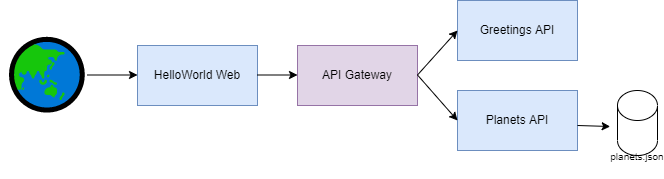
This is docs/images/arch_diagram.png from ShadAhm/HelloWorldMicroservices, a draw.io export, as it was before one commit. Source tidied: cells renumbered, new cells last; positions are measured from the earlier drawing's top-left corner, leaving out a move shared by most shapes.
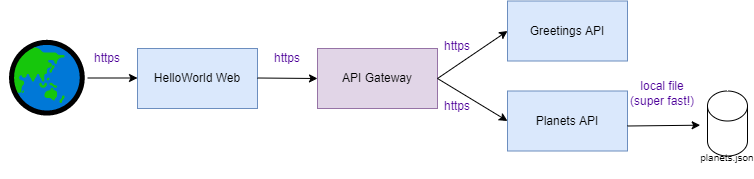
The same diagram one commit later.

Commit message:
Architecture diagram

Diff of the diagram source:
```diff
@@ -6,19 +6,19 @@
       <mxGeometry x="120" y="45" width="120" height="60" as="geometry" />
     </mxCell>
     <mxCell id="3" style="rounded=0;whiteSpace=wrap;html=1;fillColor=#e1d5e7;strokeColor=#9673a6;" parent="1" vertex="1">
-      <mxGeometry x="280" y="45" width="120" height="60" as="geometry" />
+      <mxGeometry x="300" y="45" width="120" height="60" as="geometry" />
     </mxCell>
     <mxCell id="4" value="HelloWorld Web" style="text;html=1;strokeColor=none;fillColor=none;align=center;verticalAlign=middle;whiteSpace=wrap;rounded=0;" parent="1" vertex="1">
       <mxGeometry x="130" y="60" width="100" height="30" as="geometry" />
     </mxCell>
     <mxCell id="5" value="API Gateway" style="text;html=1;strokeColor=none;fillColor=none;align=center;verticalAlign=middle;whiteSpace=wrap;rounded=0;" parent="1" vertex="1">
-      <mxGeometry x="290" y="60" width="100" height="30" as="geometry" />
+      <mxGeometry x="310" y="60" width="100" height="30" as="geometry" />
     </mxCell>
     <mxCell id="6" value="Greetings API" style="rounded=0;whiteSpace=wrap;html=1;fillColor=#dae8fc;strokeColor=#6c8ebf;" parent="1" vertex="1">
-      <mxGeometry x="440" width="120" height="60" as="geometry" />
+      <mxGeometry x="490" y="-2.5" width="120" height="60" as="geometry" />
     </mxCell>
     <mxCell id="7" value="Planets API" style="rounded=0;whiteSpace=wrap;html=1;fillColor=#dae8fc;strokeColor=#6c8ebf;" parent="1" vertex="1">
-      <mxGeometry x="440" y="90" width="120" height="60" as="geometry" />
+      <mxGeometry x="490" y="87.5" width="120" height="60" as="geometry" />
     </mxCell>
     <mxCell id="8" value="&lt;font style=&quot;font-size: 72px&quot;&gt;🌏&lt;/font&gt;" style="text;html=1;strokeColor=none;fillColor=none;align=center;verticalAlign=middle;whiteSpace=wrap;rounded=0;" parent="1" vertex="1">
       <mxGeometry y="60" width="60" height="30" as="geometry" />
@@ -29,29 +29,43 @@
         <mxPoint x="120" y="74.5" as="targetPoint" />
       </mxGeometry>
     </mxCell>
-    <mxCell id="10" style="endArrow=classic;html=1;rounded=0;fontSize=72;" parent="1" edge="1">
+    <mxCell id="10" style="endArrow=classic;html=1;rounded=0;fontSize=72;entryX=0;entryY=0.5;entryDx=0;entryDy=0;" parent="1" edge="1" target="3">
       <mxGeometry relative="1" as="geometry">
         <mxPoint x="240" y="74.5" as="sourcePoint" />
-        <mxPoint x="280" y="74.5" as="targetPoint" />
       </mxGeometry>
     </mxCell>
     <mxCell id="11" style="endArrow=classic;html=1;rounded=0;fontSize=72;entryX=0;entryY=0.5;entryDx=0;entryDy=0;" parent="1" edge="1" target="6">
       <mxGeometry relative="1" as="geometry">
-        <mxPoint x="400" y="74.5" as="sourcePoint" />
+        <mxPoint x="420" y="75" as="sourcePoint" />
       </mxGeometry>
     </mxCell>
     <mxCell id="12" style="endArrow=classic;html=1;rounded=0;fontSize=72;entryX=0;entryY=0.5;entryDx=0;entryDy=0;" parent="1" edge="1" target="7">
       <mxGeometry relative="1" as="geometry">
-        <mxPoint x="400" y="74.5" as="sourcePoint" />
+        <mxPoint x="420" y="75" as="sourcePoint" />
       </mxGeometry>
     </mxCell>
     <mxCell id="13" value="&lt;font style=&quot;font-size: 10px&quot;&gt;planets.json&lt;/font&gt;" style="shape=cylinder3;whiteSpace=wrap;html=1;boundedLbl=1;backgroundOutline=1;size=15;fontSize=72;" parent="1" vertex="1">
-      <mxGeometry x="600" y="90" width="40" height="65" as="geometry" />
+      <mxGeometry x="690" y="87.5" width="40" height="65" as="geometry" />
     </mxCell>
-    <mxCell id="14" style="endArrow=classic;html=1;rounded=0;fontSize=72;entryX=-0.183;entryY=0.554;entryDx=0;entryDy=0;entryPerimeter=0;" parent="1" edge="1" target="13">
+    <mxCell id="14" style="endArrow=classic;html=1;rounded=0;fontSize=72;entryX=-0.183;entryY=0.526;entryDx=0;entryDy=0;entryPerimeter=0;" parent="1" edge="1" target="13">
       <mxGeometry relative="1" as="geometry">
-        <mxPoint x="560" y="125" as="sourcePoint" />
+        <mxPoint x="610" y="122.5" as="sourcePoint" />
       </mxGeometry>
     </mxCell>
+    <mxCell id="15" value="https" style="text;html=1;strokeColor=none;fillColor=none;align=center;verticalAlign=middle;whiteSpace=wrap;rounded=0;fontColor=#4C0099;" parent="1" vertex="1">
+      <mxGeometry x="410" y="27.5" width="60" height="30" as="geometry" />
+    </mxCell>
+    <mxCell id="16" value="https" style="text;html=1;strokeColor=none;fillColor=none;align=center;verticalAlign=middle;whiteSpace=wrap;rounded=0;fontColor=#4C0099;" parent="1" vertex="1">
+      <mxGeometry x="410" y="87.5" width="60" height="30" as="geometry" />
+    </mxCell>
+    <mxCell id="17" value="https" style="text;html=1;strokeColor=none;fillColor=none;align=center;verticalAlign=middle;whiteSpace=wrap;rounded=0;fontColor=#4C0099;" parent="1" vertex="1">
+      <mxGeometry x="240" y="40" width="60" height="30" as="geometry" />
+    </mxCell>
+    <mxCell id="18" value="https" style="text;html=1;strokeColor=none;fillColor=none;align=center;verticalAlign=middle;whiteSpace=wrap;rounded=0;fontColor=#4C0099;" parent="1" vertex="1">
+      <mxGeometry x="60" y="40" width="60" height="30" as="geometry" />
+    </mxCell>
+    <mxCell id="19" value="local file&lt;br&gt;(super fast!)" style="text;html=1;strokeColor=none;fillColor=none;align=center;verticalAlign=middle;whiteSpace=wrap;rounded=0;fontColor=#4C0099;" parent="1" vertex="1">
+      <mxGeometry x="610" y="75" width="70" height="30" as="geometry" />
+    </mxCell>
   </root>
 </mxGraphModel>
```
